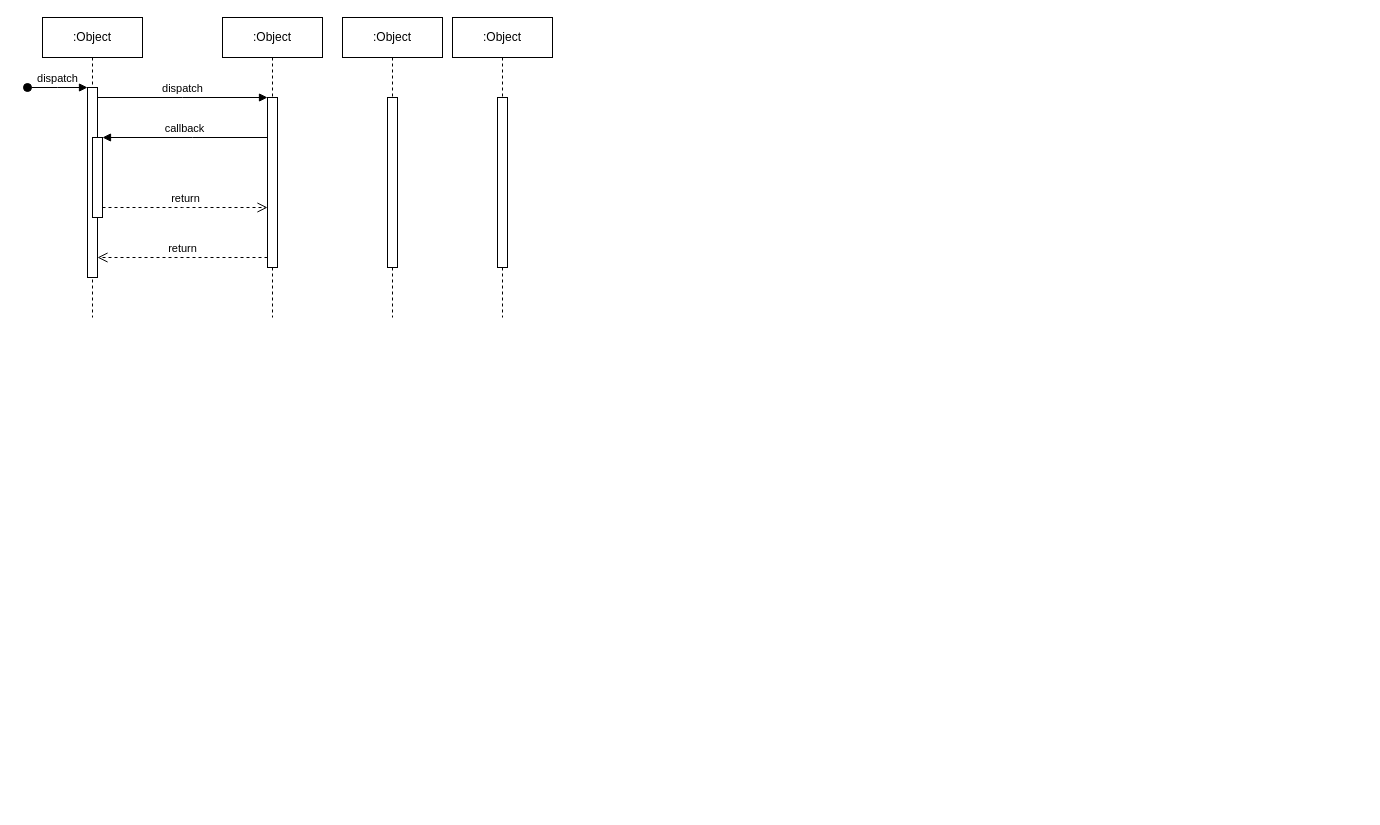
The draw.io diagram 제목 없는 다이어그램.drawio in SSWU-light-2021/kiosk_UML, before the edit. Source tidied: cells renumbered, new cells numbered last; positions are measured from the earlier drawing's top-left corner, leaving out a move shared by most shapes. Both pictures are drawn from the tidied source at 100%, with x=0, y=0 at pixel (27, 17).
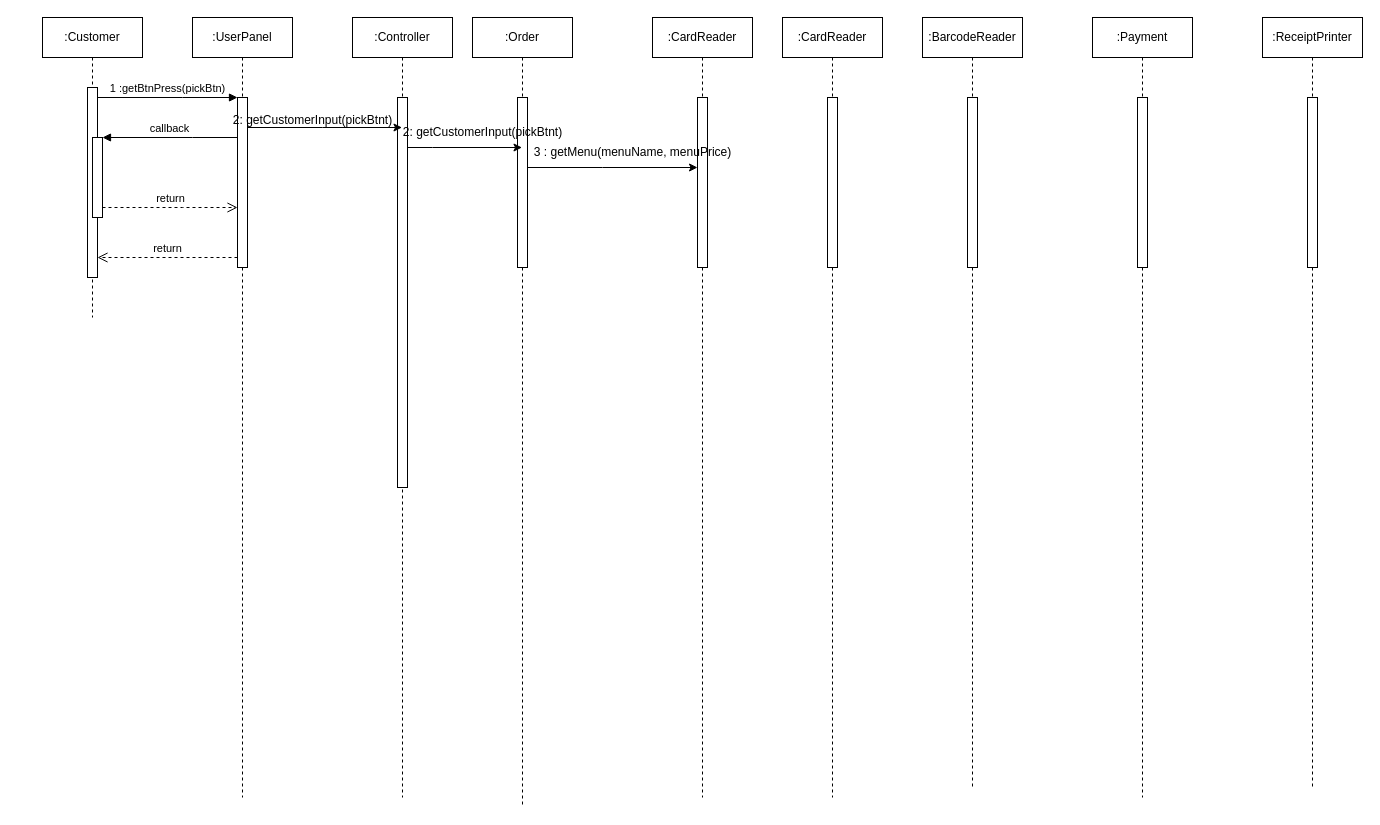
The same diagram, later.

Commit message:
제목 없는 다이어그램.drawio 업데이트

Unchanged cells that the change refers to:
```xml
<mxCell id="3" style="html=1;points=[];perimeter=orthogonalPerimeter;outlineConnect=0;targetShapes=umlLifeline;portConstraint=eastwest;newEdgeStyle={&quot;edgeStyle&quot;:&quot;elbowEdgeStyle&quot;,&quot;elbow&quot;:&quot;vertical&quot;,&quot;curved&quot;:0,&quot;rounded&quot;:0};" parent="2" vertex="1">
  <mxGeometry x="45" y="70" width="10" height="190" as="geometry" />
</mxCell>
<mxCell id="7" style="html=1;points=[];perimeter=orthogonalPerimeter;outlineConnect=0;targetShapes=umlLifeline;portConstraint=eastwest;newEdgeStyle={&quot;edgeStyle&quot;:&quot;elbowEdgeStyle&quot;,&quot;elbow&quot;:&quot;vertical&quot;,&quot;curved&quot;:0,&quot;rounded&quot;:0};" parent="6" vertex="1">
  <mxGeometry x="45" y="80" width="10" height="170" as="geometry" />
</mxCell>
<mxCell id="15" style="html=1;points=[];perimeter=orthogonalPerimeter;outlineConnect=0;targetShapes=umlLifeline;portConstraint=eastwest;newEdgeStyle={&quot;edgeStyle&quot;:&quot;elbowEdgeStyle&quot;,&quot;elbow&quot;:&quot;vertical&quot;,&quot;curved&quot;:0,&quot;rounded&quot;:0};" parent="14" vertex="1">
  <mxGeometry x="45" y="80" width="10" height="170" as="geometry" />
</mxCell>
```

Diff of the diagram source:
```diff
@@
-    <mxCell id="2" value=":Object" style="shape=umlLifeline;perimeter=lifelinePerimeter;whiteSpace=wrap;html=1;newEdgeStyle={&quot;edgeStyle&quot;:&quot;elbowEdgeStyle&quot;,&quot;elbow&quot;:&quot;vertical&quot;,&quot;curved&quot;:0,&quot;rounded&quot;:0};" parent="1" vertex="1">
+    <mxCell id="2" value=":Customer" style="shape=umlLifeline;perimeter=lifelinePerimeter;whiteSpace=wrap;html=1;newEdgeStyle={&quot;edgeStyle&quot;:&quot;elbowEdgeStyle&quot;,&quot;elbow&quot;:&quot;vertical&quot;,&quot;curved&quot;:0,&quot;rounded&quot;:0};" parent="1" vertex="1">
       <mxGeometry x="15" width="100" height="300" as="geometry" />
     </mxCell>
@@
-    <mxCell id="4" value="dispatch" style="html=1;verticalAlign=bottom;startArrow=oval;endArrow=block;startSize=8;edgeStyle=elbowEdgeStyle;elbow=vertical;curved=0;rounded=0;" parent="2" edge="1" target="3">
-      <mxGeometry relative="1" as="geometry">
-        <mxPoint x="-15" y="70" as="sourcePoint" />
-      </mxGeometry>
-    </mxCell>
@@
-    <mxCell id="6" value=":Object" style="shape=umlLifeline;perimeter=lifelinePerimeter;whiteSpace=wrap;html=1;newEdgeStyle={&quot;edgeStyle&quot;:&quot;elbowEdgeStyle&quot;,&quot;elbow&quot;:&quot;vertical&quot;,&quot;curved&quot;:0,&quot;rounded&quot;:0};" parent="1" vertex="1">
-      <mxGeometry x="195" width="100" height="300" as="geometry" />
+    <mxCell id="6" value=":UserPanel" style="shape=umlLifeline;perimeter=lifelinePerimeter;whiteSpace=wrap;html=1;newEdgeStyle={&quot;edgeStyle&quot;:&quot;elbowEdgeStyle&quot;,&quot;elbow&quot;:&quot;vertical&quot;,&quot;curved&quot;:0,&quot;rounded&quot;:0};" parent="1" vertex="1">
+      <mxGeometry x="165" width="100" height="780" as="geometry" />
     </mxCell>
@@
-    <mxCell id="8" value="dispatch" style="html=1;verticalAlign=bottom;endArrow=block;edgeStyle=elbowEdgeStyle;elbow=vertical;curved=0;rounded=0;" parent="1" edge="1" source="3" target="7">
+    <mxCell id="8" value="1 :getBtnPress(pickBtn)" style="html=1;verticalAlign=bottom;endArrow=block;edgeStyle=elbowEdgeStyle;elbow=vertical;curved=0;rounded=0;" parent="1" edge="1" source="3" target="7">
       <mxGeometry relative="1" as="geometry">
         <Array as="points">
           <mxPoint x="155" y="80" />
         </Array>
       </mxGeometry>
     </mxCell>
@@
-    <mxCell id="12" value=":Object" style="shape=umlLifeline;perimeter=lifelinePerimeter;whiteSpace=wrap;html=1;outlineConnect=0;portConstraint=eastwest;newEdgeStyle={&quot;edgeStyle&quot;:&quot;elbowEdgeStyle&quot;,&quot;elbow&quot;:&quot;vertical&quot;,&quot;curved&quot;:0,&quot;rounded&quot;:0};" parent="1" vertex="1">
-      <mxGeometry x="315" width="100" height="300" as="geometry" />
+    <mxCell id="12" value=":Controller" style="shape=umlLifeline;perimeter=lifelinePerimeter;whiteSpace=wrap;html=1;outlineConnect=0;portConstraint=eastwest;newEdgeStyle={&quot;edgeStyle&quot;:&quot;elbowEdgeStyle&quot;,&quot;elbow&quot;:&quot;vertical&quot;,&quot;curved&quot;:0,&quot;rounded&quot;:0};" parent="1" vertex="1">
+      <mxGeometry x="325" width="100" height="780" as="geometry" />
     </mxCell>
     <mxCell id="13" style="html=1;points=[];perimeter=orthogonalPerimeter;outlineConnect=0;targetShapes=umlLifeline;portConstraint=eastwest;newEdgeStyle={&quot;edgeStyle&quot;:&quot;elbowEdgeStyle&quot;,&quot;elbow&quot;:&quot;vertical&quot;,&quot;curved&quot;:0,&quot;rounded&quot;:0};" parent="12" vertex="1">
-      <mxGeometry x="45" y="80" width="10" height="170" as="geometry" />
+      <mxGeometry x="45" y="80" width="10" height="390" as="geometry" />
     </mxCell>
-    <mxCell id="14" value=":Object" style="shape=umlLifeline;perimeter=lifelinePerimeter;whiteSpace=wrap;html=1;outlineConnect=0;portConstraint=eastwest;newEdgeStyle={&quot;edgeStyle&quot;:&quot;elbowEdgeStyle&quot;,&quot;elbow&quot;:&quot;vertical&quot;,&quot;curved&quot;:0,&quot;rounded&quot;:0};" parent="1" vertex="1">
-      <mxGeometry x="425" width="100" height="300" as="geometry" />
+    <mxCell id="14" value=":Order" style="shape=umlLifeline;perimeter=lifelinePerimeter;whiteSpace=wrap;html=1;outlineConnect=0;portConstraint=eastwest;newEdgeStyle={&quot;edgeStyle&quot;:&quot;elbowEdgeStyle&quot;,&quot;elbow&quot;:&quot;vertical&quot;,&quot;curved&quot;:0,&quot;rounded&quot;:0};" parent="1" vertex="1">
+      <mxGeometry x="445" width="100" height="790" as="geometry" />
     </mxCell>
@@
+    <mxCell id="16" value=":CardReader" style="shape=umlLifeline;perimeter=lifelinePerimeter;whiteSpace=wrap;html=1;newEdgeStyle={&quot;edgeStyle&quot;:&quot;elbowEdgeStyle&quot;,&quot;elbow&quot;:&quot;vertical&quot;,&quot;curved&quot;:0,&quot;rounded&quot;:0};" parent="1" vertex="1">
+      <mxGeometry x="755" width="100" height="780" as="geometry" />
+    </mxCell>
+    <mxCell id="17" style="html=1;perimeter=orthogonalPerimeter;targetShapes=umlLifeline;newEdgeStyle={&quot;edgeStyle&quot;:&quot;elbowEdgeStyle&quot;,&quot;elbow&quot;:&quot;vertical&quot;,&quot;curved&quot;:0,&quot;rounded&quot;:0};" parent="16" vertex="1">
+      <mxGeometry x="45" y="80" width="10" height="170" as="geometry" />
+    </mxCell>
+    <mxCell id="18" value=":BarcodeReader" style="shape=umlLifeline;perimeter=lifelinePerimeter;whiteSpace=wrap;html=1;newEdgeStyle={&quot;edgeStyle&quot;:&quot;elbowEdgeStyle&quot;,&quot;elbow&quot;:&quot;vertical&quot;,&quot;curved&quot;:0,&quot;rounded&quot;:0};" parent="1" vertex="1">
+      <mxGeometry x="895" width="100" height="770" as="geometry" />
+    </mxCell>
+    <mxCell id="19" style="html=1;perimeter=orthogonalPerimeter;targetShapes=umlLifeline;newEdgeStyle={&quot;edgeStyle&quot;:&quot;elbowEdgeStyle&quot;,&quot;elbow&quot;:&quot;vertical&quot;,&quot;curved&quot;:0,&quot;rounded&quot;:0};" parent="18" vertex="1">
+      <mxGeometry x="45" y="80" width="10" height="170" as="geometry" />
+    </mxCell>
+    <mxCell id="20" value=":Payment" style="shape=umlLifeline;perimeter=lifelinePerimeter;whiteSpace=wrap;html=1;newEdgeStyle={&quot;edgeStyle&quot;:&quot;elbowEdgeStyle&quot;,&quot;elbow&quot;:&quot;vertical&quot;,&quot;curved&quot;:0,&quot;rounded&quot;:0};" parent="1" vertex="1">
+      <mxGeometry x="1065" width="100" height="780" as="geometry" />
+    </mxCell>
+    <mxCell id="21" style="html=1;perimeter=orthogonalPerimeter;targetShapes=umlLifeline;newEdgeStyle={&quot;edgeStyle&quot;:&quot;elbowEdgeStyle&quot;,&quot;elbow&quot;:&quot;vertical&quot;,&quot;curved&quot;:0,&quot;rounded&quot;:0};" parent="20" vertex="1">
+      <mxGeometry x="45" y="80" width="10" height="170" as="geometry" />
+    </mxCell>
+    <mxCell id="22" value=":ReceiptPrinter" style="shape=umlLifeline;perimeter=lifelinePerimeter;whiteSpace=wrap;html=1;newEdgeStyle={&quot;edgeStyle&quot;:&quot;elbowEdgeStyle&quot;,&quot;elbow&quot;:&quot;vertical&quot;,&quot;curved&quot;:0,&quot;rounded&quot;:0};" parent="1" vertex="1">
+      <mxGeometry x="1235" width="100" height="770" as="geometry" />
+    </mxCell>
+    <mxCell id="23" style="html=1;perimeter=orthogonalPerimeter;targetShapes=umlLifeline;newEdgeStyle={&quot;edgeStyle&quot;:&quot;elbowEdgeStyle&quot;,&quot;elbow&quot;:&quot;vertical&quot;,&quot;curved&quot;:0,&quot;rounded&quot;:0};" parent="22" vertex="1">
+      <mxGeometry x="45" y="80" width="10" height="170" as="geometry" />
+    </mxCell>
+    <mxCell id="24" style="endArrow=classic;html=1;rounded=0;" parent="1" edge="1" source="7" target="12">
+      <mxGeometry relative="1" as="geometry">
+        <Array as="points">
+          <mxPoint x="295" y="110" />
+        </Array>
+      </mxGeometry>
+    </mxCell>
+    <mxCell id="25" value="2: getCustomerInput(pickBtnt)" style="text;html=1;align=center;verticalAlign=middle;strokeColor=none;fillColor=none;" parent="1" vertex="1">
+      <mxGeometry x="195" y="88" width="180" height="30" as="geometry" />
+    </mxCell>
+    <mxCell id="26" style="endArrow=classic;html=1;rounded=0;" parent="1" edge="1" source="13" target="14">
+      <mxGeometry relative="1" as="geometry">
+        <Array as="points">
+          <mxPoint x="405" y="130" />
+        </Array>
+      </mxGeometry>
+    </mxCell>
+    <mxCell id="27" value="2: getCustomerInput(pickBtnt)" style="text;html=1;align=center;verticalAlign=middle;strokeColor=none;fillColor=none;" parent="1" vertex="1">
+      <mxGeometry x="365" y="100" width="180" height="30" as="geometry" />
+    </mxCell>
+    <mxCell id="28" value=":CardReader" style="shape=umlLifeline;perimeter=lifelinePerimeter;whiteSpace=wrap;html=1;newEdgeStyle={&quot;edgeStyle&quot;:&quot;elbowEdgeStyle&quot;,&quot;elbow&quot;:&quot;vertical&quot;,&quot;curved&quot;:0,&quot;rounded&quot;:0};size=40;" parent="1" vertex="1">
+      <mxGeometry x="625" width="100" height="780" as="geometry" />
+    </mxCell>
+    <mxCell id="29" style="html=1;points=[];perimeter=orthogonalPerimeter;outlineConnect=0;targetShapes=umlLifeline;portConstraint=eastwest;newEdgeStyle={&quot;edgeStyle&quot;:&quot;elbowEdgeStyle&quot;,&quot;elbow&quot;:&quot;vertical&quot;,&quot;curved&quot;:0,&quot;rounded&quot;:0};" parent="28" vertex="1">
+      <mxGeometry x="45" y="80" width="10" height="170" as="geometry" />
+    </mxCell>
+    <mxCell id="30" style="endArrow=classic;html=1;rounded=0;" parent="1" edge="1" source="15" target="29">
+      <mxGeometry relative="1" as="geometry">
+        <Array as="points">
+          <mxPoint x="575" y="150" />
+        </Array>
+      </mxGeometry>
+    </mxCell>
+    <mxCell id="31" value="3 : getMenu(menuName, menuPrice)" style="text;html=1;align=center;verticalAlign=middle;strokeColor=none;fillColor=none;" parent="1" vertex="1">
+      <mxGeometry x="495" y="120" width="220" height="30" as="geometry" />
+    </mxCell>
```
